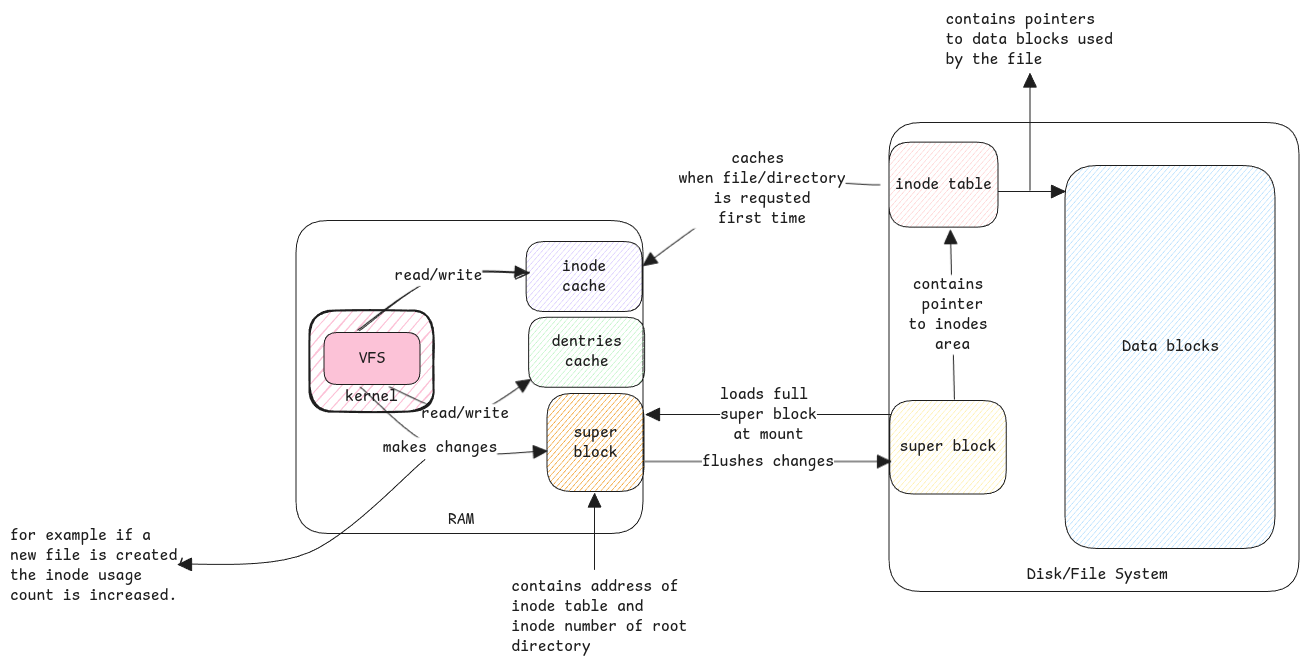
Before: static/img/files-inode.excalidraw.png, a diagram exported from Excalidraw (swaroopar/inprogress-engineer). Source tidied: one line per element, renumbered; positions are measured from the earlier drawing's top-left corner, leaving out a move shared by most shapes.
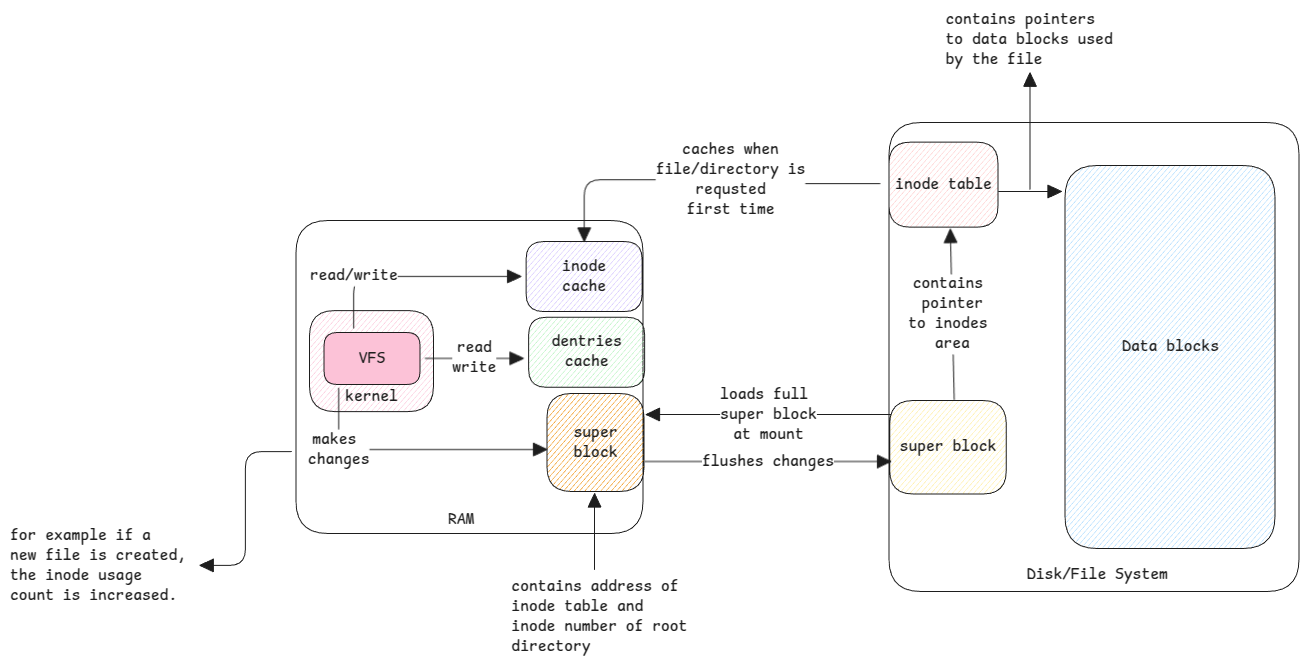
The same file after the commit.

The edit, as a diff of the source:
```diff
@@ -1,4 +1,4 @@
-{"id": 0, "type": "rectangle", "strokeColor": "#1e1e1e", "backgroundColor": "#fcc2d7", "fillStyle": "hachure", "strokeWidth": 2, "roughness": 1, "round": true, "x": 300, "y": 301, "width": 124, "height": 101}
+{"id": 0, "type": "rectangle", "strokeColor": "#1e1e1e", "backgroundColor": "#fcc2d7", "fillStyle": "hachure", "strokeWidth": 1, "roughness": 0, "round": true, "x": 300, "y": 301, "width": 124, "height": 101}
 {"id": 1, "type": "text", "text": "kernel", "strokeColor": "#1e1e1e", "backgroundColor": "#fcc2d7", "fillStyle": "hachure", "strokeWidth": 2, "roughness": 1, "fontSize": 16, "fontFamily": 8, "textAlign": "center", "verticalAlign": "bottom", "inside": 0, "x": 335, "y": 377, "width": 53, "height": 20}
 {"id": 2, "type": "rectangle", "strokeColor": "#1e1e1e", "strokeWidth": 1, "roughness": 0, "round": true, "x": 879, "y": 112, "width": 410, "height": 469}
 {"id": 3, "type": "rectangle", "strokeColor": "#1e1e1e", "backgroundColor": "#ffec99", "fillStyle": "hachure", "strokeWidth": 1, "roughness": 0, "round": true, "x": 880, "y": 391, "width": 117, "height": 93}
@@ -13,29 +13,29 @@
 {"id": 12, "type": "rectangle", "strokeColor": "#1e1e1e", "backgroundColor": "#f08c00", "fillStyle": "hachure", "strokeWidth": 1, "roughness": 0, "round": true, "x": 537, "y": 384, "width": 97, "height": 98}
 {"id": 13, "type": "text", "text": "super\nblock", "strokeColor": "#1e1e1e", "strokeWidth": 1, "roughness": 0, "fontSize": 16, "fontFamily": 8, "textAlign": "center", "verticalAlign": "middle", "inside": 12, "x": 563, "y": 412, "width": 44, "height": 40}
 {"id": 14, "type": "rectangle", "strokeColor": "#1e1e1e", "backgroundColor": "#a5d8ff", "fillStyle": "hachure", "strokeWidth": 1, "roughness": 0, "round": true, "x": 1055, "y": 156, "width": 210, "height": 383}
-{"id": 15, "type": "arrow", "strokeColor": "#1e1e1e", "strokeWidth": 1, "roughness": 0, "endArrowhead": "triangle", "round": true, "from": 6, "to": 14, "x": 988, "y": 182, "width": 67, "height": 0, "points": [[0, 0], [67, 0]]}
+{"id": 15, "type": "arrow", "strokeColor": "#1e1e1e", "strokeWidth": 1, "roughness": 0, "endArrowhead": "triangle", "round": true, "from": 6, "x": 989, "y": 182, "width": 63, "height": 0, "points": [[0, 0], [63, 0]]}
 {"id": 16, "type": "text", "text": "contains pointers \nto data blocks used \nby the file", "strokeColor": "#1e1e1e", "strokeWidth": 1, "roughness": 0, "fontSize": 16, "fontFamily": 8, "x": 936, "y": 0, "width": 176, "height": 60}
-{"id": 17, "type": "arrow", "strokeColor": "#1e1e1e", "strokeWidth": 1, "roughness": 0, "endArrowhead": "triangle", "round": true, "x": 1020, "y": 180, "width": 0, "height": 117, "points": [[0, 0], [0, -117]]}
+{"id": 17, "type": "arrow", "strokeColor": "#1e1e1e", "strokeWidth": 1, "roughness": 0, "endArrowhead": "triangle", "x": 1020, "y": 180, "width": 0, "height": 117, "points": [[0, 0], [0, -117]]}
-{"id": 18, "type": "arrow", "strokeColor": "#1e1e1e", "strokeWidth": 1, "roughness": 0, "endArrowhead": "triangle", "round": true, "from": 6, "to": 22, "x": 870, "y": 174, "width": 237, "height": 81, "points": [[0, 0], [-118, 5], [-237, 81]]}
+{"id": 18, "type": "arrow", "strokeColor": "#1e1e1e", "strokeWidth": 1, "roughness": 0, "endArrowhead": "triangle", "from": 6, "to": 22, "x": 870, "y": 174, "width": 296, "height": 62, "points": [[0, 0], [-150, 0], [-150, -4], [-296, -4], [-296, 58]]}
-{"id": 19, "type": "text", "text": "caches \nwhen file/directory\nis requsted\nfirst time", "strokeColor": "#1e1e1e", "strokeWidth": 1, "roughness": 0, "fontSize": 16, "fontFamily": 8, "textAlign": "center", "verticalAlign": "middle", "inside": 18, "x": 668, "y": 138, "width": 167, "height": 80}
+{"id": 19, "type": "text", "text": "caches when\nfile/directory is\nrequsted\nfirst time", "strokeColor": "#1e1e1e", "strokeWidth": 1, "roughness": 0, "fontSize": 16, "fontFamily": 8, "textAlign": "center", "verticalAlign": "middle", "inside": 18, "x": 499, "y": 135, "width": 150, "height": 80}
-{"id": 20, "type": "arrow", "strokeColor": "#1e1e1e", "strokeWidth": 1, "roughness": 0, "endArrowhead": "triangle", "round": true, "from": 3, "to": 6, "x": 944, "y": 390, "width": 4, "height": 169, "points": [[0, 0], [-4, -169]]}
+{"id": 20, "type": "arrow", "strokeColor": "#1e1e1e", "strokeWidth": 1, "roughness": 0, "endArrowhead": "triangle", "round": true, "from": 3, "to": 6, "x": 944, "y": 390, "width": 4, "height": 171, "points": [[0, 0], [-4, -171]]}
 {"id": 21, "type": "text", "text": "contains \npointer\nto inodes \narea", "strokeColor": "#1e1e1e", "strokeWidth": 1, "roughness": 0, "fontSize": 16, "fontFamily": 8, "textAlign": "center", "verticalAlign": "middle", "inside": 20, "x": 898, "y": 265, "width": 88, "height": 80}
 {"id": 22, "type": "rectangle", "strokeColor": "#1e1e1e", "backgroundColor": "#d0bfff", "fillStyle": "hachure", "strokeWidth": 1, "roughness": 0, "round": true, "x": 516, "y": 232, "width": 116, "height": 70}
 {"id": 23, "type": "text", "text": "inode\ncache", "strokeColor": "#1e1e1e", "strokeWidth": 1, "roughness": 0, "fontSize": 16, "fontFamily": 8, "textAlign": "center", "verticalAlign": "middle", "inside": 22, "x": 552, "y": 247, "width": 44, "height": 40}
 {"id": 24, "type": "rectangle", "strokeColor": "#1e1e1e", "backgroundColor": "#fcc2d7", "fillStyle": "solid", "strokeWidth": 1, "roughness": 0, "round": true, "x": 314, "y": 322, "width": 96, "height": 52}
 {"id": 25, "type": "text", "text": "VFS", "strokeColor": "#1e1e1e", "strokeWidth": 1, "roughness": 0, "fontSize": 16, "fontFamily": 8, "textAlign": "center", "verticalAlign": "middle", "inside": 24, "x": 349, "y": 338, "width": 26, "height": 20}
-{"id": 26, "type": "arrow", "strokeColor": "#1e1e1e", "strokeWidth": 1, "roughness": 0, "endArrowhead": "triangle", "round": true, "from": 24, "to": 12, "x": 350, "y": 376, "width": 187, "height": 64, "points": [[0, 0], [80, 62], [187, 64]]}
+{"id": 26, "type": "arrow", "strokeColor": "#1e1e1e", "strokeWidth": 1, "roughness": 0, "endArrowhead": "triangle", "from": 24, "to": 12, "x": 329, "y": 378, "width": 208, "height": 61, "points": [[0, 0], [0, 61], [208, 61]]}
-{"id": 27, "type": "text", "text": "makes changes", "strokeColor": "#1e1e1e", "strokeWidth": 1, "roughness": 0, "fontSize": 16, "fontFamily": 8, "textAlign": "center", "verticalAlign": "middle", "inside": 26, "x": 373, "y": 428, "width": 114, "height": 20}
+{"id": 27, "type": "text", "text": "makes \nchanges", "strokeColor": "#1e1e1e", "strokeWidth": 1, "roughness": 0, "fontSize": 16, "fontFamily": 8, "textAlign": "center", "verticalAlign": "middle", "inside": 26, "x": 298, "y": 420, "width": 62, "height": 40}
-{"id": 28, "type": "arrow", "strokeColor": "#1e1e1e", "strokeWidth": 1, "roughness": 0, "endArrowhead": "triangle", "round": true, "to": 29, "x": 415, "y": 450, "width": 247, "height": 105, "points": [[0, 0], [-116, 93], [-247, 105]]}
+{"id": 28, "type": "arrow", "strokeColor": "#1e1e1e", "strokeWidth": 1, "roughness": 0, "endArrowhead": "triangle", "from": 8, "to": 29, "x": 281, "y": 442, "width": 92, "height": 114, "points": [[0, 0], [-46, 0], [-46, 114], [-92, 114]]}
 {"id": 29, "type": "text", "text": "for example if a \nnew file is created, \nthe inode usage \ncount is increased.", "strokeColor": "#1e1e1e", "strokeWidth": 1, "roughness": 0, "fontSize": 16, "fontFamily": 8, "x": 0, "y": 516, "width": 185, "height": 80}
-{"id": 30, "type": "arrow", "strokeColor": "#1e1e1e", "strokeWidth": 1, "roughness": 0, "endArrowhead": "triangle", "round": true, "from": 12, "x": 635, "y": 452, "width": 246, "height": 0, "points": [[0, 0], [246, 0]]}
+{"id": 30, "type": "arrow", "strokeColor": "#1e1e1e", "strokeWidth": 1, "roughness": 0, "endArrowhead": "triangle", "from": 12, "x": 635, "y": 452, "width": 246, "height": 0, "points": [[0, 0], [246, 0]]}
 {"id": 31, "type": "text", "text": "flushes changes", "strokeColor": "#1e1e1e", "strokeWidth": 1, "roughness": 0, "fontSize": 16, "fontFamily": 8, "textAlign": "center", "verticalAlign": "middle", "inside": 30, "x": 692, "y": 442, "width": 132, "height": 20}
 {"id": 32, "type": "text", "text": "Data blocks", "strokeColor": "#1e1e1e", "strokeWidth": 2, "roughness": 1, "fontSize": 16, "fontFamily": 8, "textAlign": "center", "x": 1112, "y": 326, "width": 97, "height": 20}
 {"id": 33, "type": "rectangle", "strokeColor": "#1e1e1e", "backgroundColor": "#b2f2bb", "fillStyle": "hachure", "strokeWidth": 1, "roughness": 0, "round": true, "x": 519, "y": 307, "width": 116, "height": 70}
 {"id": 34, "type": "text", "text": "dentries\ncache", "strokeColor": "#1e1e1e", "strokeWidth": 1, "roughness": 0, "fontSize": 16, "fontFamily": 8, "textAlign": "center", "verticalAlign": "middle", "inside": 33, "x": 541, "y": 322, "width": 70, "height": 40}
-{"id": 35, "type": "arrow", "strokeColor": "#1e1e1e", "strokeWidth": 1, "roughness": 1, "endArrowhead": "triangle", "round": true, "from": 24, "x": 348, "y": 319, "width": 169, "height": 57, "points": [[0, 0], [80, -52], [169, -57]]}
+{"id": 35, "type": "arrow", "strokeColor": "#1e1e1e", "strokeWidth": 1, "roughness": 0, "endArrowhead": "triangle", "from": 24, "to": 22, "x": 344, "y": 318, "width": 167, "height": 52, "points": [[0, 0], [0, -52], [167, -52]]}
 {"id": 36, "type": "text", "text": "read/write", "strokeColor": "#1e1e1e", "strokeWidth": 2, "roughness": 1, "fontSize": 16, "fontFamily": 8, "textAlign": "center", "verticalAlign": "middle", "inside": 35, "x": 384, "y": 256, "width": 88, "height": 20}
-{"id": 37, "type": "arrow", "strokeColor": "#1e1e1e", "strokeWidth": 1, "roughness": 0, "endArrowhead": "triangle", "round": true, "from": 24, "to": 12, "x": 379, "y": 377, "width": 141, "height": 34, "points": [[0, 0], [76, 27], [141, -7]]}
+{"id": 37, "type": "arrow", "strokeColor": "#1e1e1e", "strokeWidth": 1, "roughness": 0, "endArrowhead": "triangle", "from": 24, "x": 415, "y": 348, "width": 98, "height": 0, "points": [[0, 0], [98, 0]]}
-{"id": 38, "type": "text", "text": "read/write", "strokeColor": "#1e1e1e", "strokeWidth": 1, "roughness": 0, "fontSize": 16, "fontFamily": 8, "textAlign": "center", "verticalAlign": "middle", "inside": 37, "x": 411, "y": 394, "width": 88, "height": 20}
+{"id": 38, "type": "text", "text": "read\nwrite", "strokeColor": "#1e1e1e", "strokeWidth": 1, "roughness": 0, "fontSize": 16, "fontFamily": 8, "textAlign": "center", "verticalAlign": "middle", "inside": 37, "x": 442, "y": 339, "width": 44, "height": 40}
 {"id": 39, "type": "arrow", "strokeColor": "#1e1e1e", "strokeWidth": 1, "roughness": 0, "endArrowhead": "triangle", "round": true, "from": 40, "x": 585, "y": 560, "width": 0, "height": 76, "points": [[0, 0], [0, -76]]}
 {"id": 40, "type": "text", "text": "contains address of \ninode table and \ninode number of root \ndirectory", "strokeColor": "#1e1e1e", "strokeWidth": 1, "roughness": 0, "fontSize": 16, "fontFamily": 8, "x": 501, "y": 567, "width": 185, "height": 80}
```
